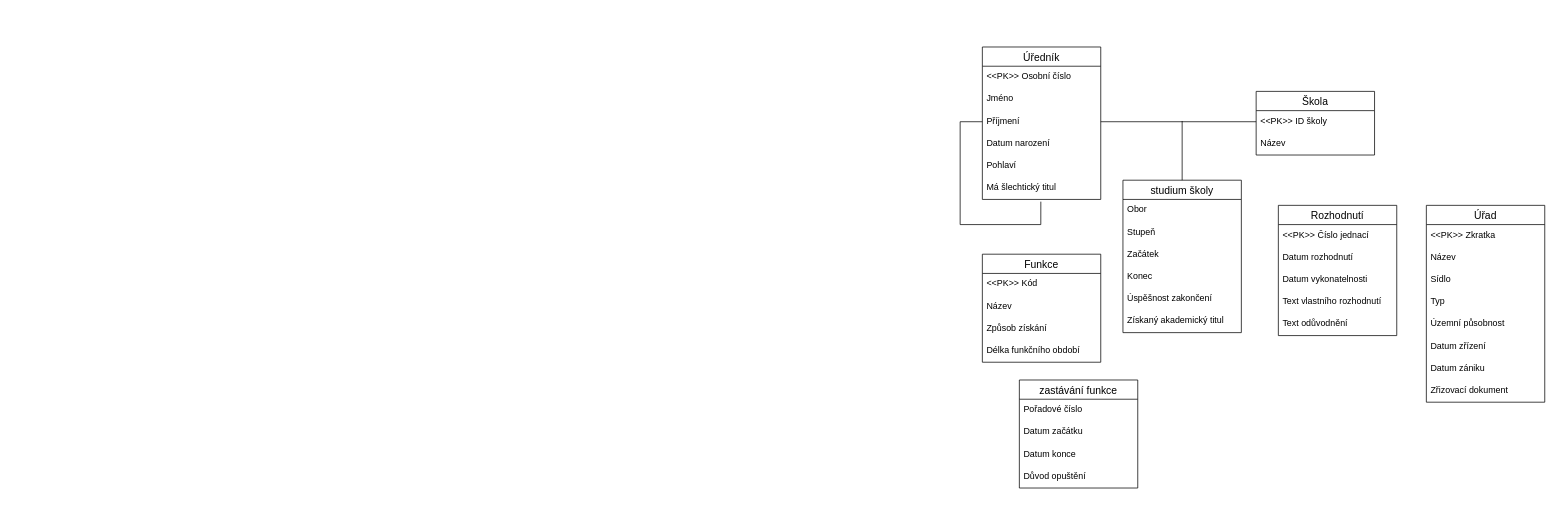
Before: ius-hw.drawio in JosefKuchar/ius-hw, a draw.io diagram. Source tidied: cells renumbered, new cells numbered last; positions are measured from the earlier drawing's top-left corner, leaving out a move shared by most shapes. Both pictures are drawn from the tidied source at 74%, with x=0, y=0 at pixel (960, 47).
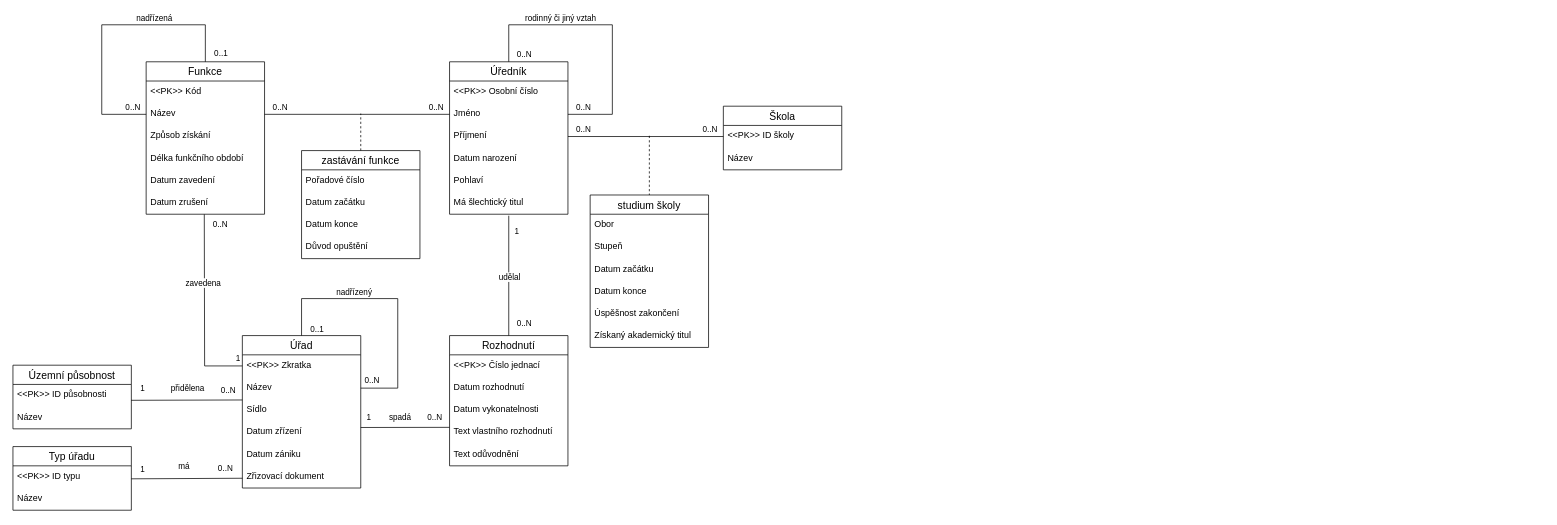
After the change.

The change refers to these unchanged cells:
```xml
<mxCell id="4" value="Jméno" style="text;strokeColor=none;fillColor=none;spacingLeft=4;spacingRight=4;overflow=hidden;points=[[0,0.5],[1,0.5]];portConstraint=eastwest;fontSize=12;" parent="2" vertex="1">
  <mxGeometry y="56" width="160" height="30" as="geometry" />
</mxCell>
<mxCell id="5" value="Příjmení" style="text;strokeColor=none;fillColor=none;spacingLeft=4;spacingRight=4;overflow=hidden;points=[[0,0.5],[1,0.5]];portConstraint=eastwest;fontSize=12;" parent="2" vertex="1">
  <mxGeometry y="86" width="160" height="30" as="geometry" />
</mxCell>
<mxCell id="8" value="Má šlechtický titul" style="text;strokeColor=none;fillColor=none;spacingLeft=4;spacingRight=4;overflow=hidden;points=[[0,0.5],[1,0.5]];portConstraint=eastwest;fontSize=12;" parent="2" vertex="1">
  <mxGeometry y="176" width="160" height="30" as="geometry" />
</mxCell>
<mxCell id="17" value="&lt;&lt;PK&gt;&gt; Zkratka" style="text;strokeColor=none;fillColor=none;spacingLeft=4;spacingRight=4;overflow=hidden;points=[[0,0.5],[1,0.5]];portConstraint=eastwest;fontSize=12;" parent="16" vertex="1">
  <mxGeometry y="26" width="160" height="30" as="geometry" />
</mxCell>
<mxCell id="18" value="Název" style="text;strokeColor=none;fillColor=none;spacingLeft=4;spacingRight=4;overflow=hidden;points=[[0,0.5],[1,0.5]];portConstraint=eastwest;fontSize=12;" parent="16" vertex="1">
  <mxGeometry y="56" width="160" height="30" as="geometry" />
</mxCell>
<mxCell id="36" style="endArrow=none;html=1;rounded=0;fontFamily=Helvetica;exitX=1;exitY=0.5;exitDx=0;exitDy=0;entryX=0;entryY=0.5;entryDx=0;entryDy=0;" parent="1" edge="1" source="5" target="26">
  <mxGeometry relative="1" as="geometry" />
</mxCell>
<mxCell id="39" value="Název" style="text;strokeColor=none;fillColor=none;spacingLeft=4;spacingRight=4;overflow=hidden;points=[[0,0.5],[1,0.5]];portConstraint=eastwest;fontSize=12;" parent="37" vertex="1">
  <mxGeometry y="56" width="160" height="30" as="geometry" />
</mxCell>
```

Diff of the diagram source:
```diff
@@
     <mxCell id="2" value="Úředník" style="swimlane;fontStyle=0;horizontal=1;startSize=26;align=center;fontSize=14;" parent="1" vertex="1">
-      <mxGeometry x="30" width="160" height="206" as="geometry" />
+      <mxGeometry x="-690" y="20" width="160" height="206" as="geometry" />
     </mxCell>
@@
-    <mxCell id="9" style="endArrow=none;html=1;rounded=0;fontFamily=Helvetica;entryX=0;entryY=0.5;entryDx=0;entryDy=0;exitX=0.494;exitY=1.1;exitDx=0;exitDy=0;exitPerimeter=0;" parent="2" edge="1" source="8" target="5">
-      <mxGeometry relative="1" as="geometry">
-        <Array as="points">
-          <mxPoint x="79" y="240" />
-          <mxPoint x="-30" y="240" />
-          <mxPoint x="-30" y="101" />
-        </Array>
-      </mxGeometry>
-    </mxCell>
+    <mxCell id="47" style="endArrow=none;html=1;rounded=0;exitX=1;exitY=0.5;exitDx=0;exitDy=0;entryX=0.5;entryY=0;entryDx=0;entryDy=0;" parent="2" edge="1" source="4" target="2">
+      <mxGeometry relative="1" as="geometry">
+        <Array as="points">
+          <mxPoint x="220" y="71" />
+          <mxPoint x="220" y="-50" />
+          <mxPoint x="80" y="-50" />
+        </Array>
+      </mxGeometry>
+    </mxCell>
+    <mxCell id="48" value="rodinný či jiný vztah" style="edgeLabel;html=1;align=center;verticalAlign=middle;" parent="47" vertex="1">
+      <mxGeometry x="0.55" y="-1" relative="1" as="geometry">
+        <mxPoint x="36" y="-9" as="offset" />
+      </mxGeometry>
+    </mxCell>
+    <mxCell id="49" value="0..N" style="edgeLabel;html=1;align=center;verticalAlign=middle;" parent="47" vertex="1">
+      <mxGeometry x="0.94" y="-1" relative="1" as="geometry">
+        <mxPoint x="21" as="offset" />
+      </mxGeometry>
+    </mxCell>
+    <mxCell id="50" value="0..N" style="edgeLabel;html=1;align=center;verticalAlign=middle;" parent="47" vertex="1">
+      <mxGeometry x="-0.95" y="1" relative="1" as="geometry">
+        <mxPoint x="11" y="-10" as="offset" />
+      </mxGeometry>
+    </mxCell>
     <mxCell id="10" value="Rozhodnutí" style="swimlane;fontStyle=0;horizontal=1;startSize=26;align=center;fontSize=14;" parent="1" vertex="1">
-      <mxGeometry x="430" y="214" width="160" height="176" as="geometry" />
+      <mxGeometry x="-690" y="390" width="160" height="176" as="geometry" />
     </mxCell>
@@
     <mxCell id="16" value="Úřad" style="swimlane;fontStyle=0;horizontal=1;startSize=26;align=center;fontSize=14;" parent="1" vertex="1">
-      <mxGeometry x="630" y="214" width="160" height="266" as="geometry" />
+      <mxGeometry x="-970" y="390" width="160" height="206" as="geometry" />
     </mxCell>
@@
-    <mxCell id="20" value="Typ" style="text;strokeColor=none;fillColor=none;spacingLeft=4;spacingRight=4;overflow=hidden;fontSize=12;" parent="16" vertex="1">
-      <mxGeometry y="116" width="160" height="30" as="geometry" />
-    </mxCell>
-    <mxCell id="21" value="Územní působnost" style="text;strokeColor=none;fillColor=none;spacingLeft=4;spacingRight=4;overflow=hidden;fontSize=12;" parent="16" vertex="1">
-      <mxGeometry y="146" width="160" height="30" as="geometry" />
-    </mxCell>
     <mxCell id="22" value="Datum zřízení" style="text;strokeColor=none;fillColor=none;spacingLeft=4;spacingRight=4;overflow=hidden;fontSize=12;" parent="16" vertex="1">
-      <mxGeometry y="176" width="160" height="30" as="geometry" />
+      <mxGeometry y="116" width="160" height="30" as="geometry" />
     </mxCell>
     <mxCell id="23" value="Datum zániku" style="text;strokeColor=none;fillColor=none;spacingLeft=4;spacingRight=4;overflow=hidden;fontSize=12;" parent="16" vertex="1">
-      <mxGeometry y="206" width="160" height="30" as="geometry" />
+      <mxGeometry y="146" width="160" height="30" as="geometry" />
     </mxCell>
     <mxCell id="24" value="Zřizovací dokument" style="text;strokeColor=none;fillColor=none;spacingLeft=4;spacingRight=4;overflow=hidden;fontSize=12;" parent="16" vertex="1">
-      <mxGeometry y="236" width="160" height="30" as="geometry" />
+      <mxGeometry y="176" width="160" height="30" as="geometry" />
     </mxCell>
+    <mxCell id="51" style="endArrow=none;html=1;rounded=0;exitX=0.5;exitY=0;exitDx=0;exitDy=0;entryX=1;entryY=0.5;entryDx=0;entryDy=0;" parent="16" edge="1" source="16" target="18">
+      <mxGeometry relative="1" as="geometry">
+        <Array as="points">
+          <mxPoint x="80" y="-50" />
+          <mxPoint x="210" y="-50" />
+          <mxPoint x="210" y="71" />
+        </Array>
+      </mxGeometry>
+    </mxCell>
+    <mxCell id="52" value="nadřízený" style="edgeLabel;html=1;align=center;verticalAlign=middle;" parent="51" vertex="1">
+      <mxGeometry x="-0.43" relative="1" as="geometry">
+        <mxPoint x="20" y="-9" as="offset" />
+      </mxGeometry>
+    </mxCell>
+    <mxCell id="53" value="0..1" style="edgeLabel;html=1;align=center;verticalAlign=middle;" parent="51" vertex="1">
+      <mxGeometry x="-0.96" relative="1" as="geometry">
+        <mxPoint x="20" y="-2" as="offset" />
+      </mxGeometry>
+    </mxCell>
+    <mxCell id="54" value="0..N" style="edgeLabel;html=1;align=center;verticalAlign=middle;" parent="51" vertex="1">
+      <mxGeometry x="0.92" y="2" relative="1" as="geometry">
+        <mxPoint y="-13" as="offset" />
+      </mxGeometry>
+    </mxCell>
     <mxCell id="25" value="Škola" style="swimlane;fontStyle=0;horizontal=1;startSize=26;align=center;fontSize=14;" parent="1" vertex="1">
-      <mxGeometry x="400" y="60" width="160" height="86" as="geometry" />
+      <mxGeometry x="-320" y="80" width="160" height="86" as="geometry" />
     </mxCell>
@@
     <mxCell id="28" value="studium školy" style="swimlane;fontStyle=0;horizontal=1;startSize=26;align=center;fontSize=14;swimlaneLine=1;" parent="1" vertex="1">
-      <mxGeometry x="220" y="180" width="160" height="206" as="geometry" />
+      <mxGeometry x="-500" y="200" width="160" height="206" as="geometry" />
     </mxCell>
@@
-    <mxCell id="31" value="Začátek" style="text;strokeColor=none;fillColor=none;spacingLeft=4;spacingRight=4;overflow=hidden;fontSize=12;" parent="28" vertex="1">
+    <mxCell id="31" value="Datum začátku" style="text;strokeColor=none;fillColor=none;spacingLeft=4;spacingRight=4;overflow=hidden;fontSize=12;" parent="28" vertex="1">
       <mxGeometry y="86" width="160" height="30" as="geometry" />
     </mxCell>
-    <mxCell id="32" value="Konec" style="text;strokeColor=none;fillColor=none;spacingLeft=4;spacingRight=4;overflow=hidden;fontSize=12;" parent="28" vertex="1">
+    <mxCell id="32" value="Datum konce" style="text;strokeColor=none;fillColor=none;spacingLeft=4;spacingRight=4;overflow=hidden;fontSize=12;" parent="28" vertex="1">
       <mxGeometry y="116" width="160" height="30" as="geometry" />
     </mxCell>
@@
-    <mxCell id="35" style="endArrow=none;html=1;rounded=0;fontFamily=Helvetica;entryX=0.5;entryY=0;entryDx=0;entryDy=0;" parent="1" edge="1" target="28">
+    <mxCell id="35" style="endArrow=none;html=1;rounded=0;fontFamily=Helvetica;entryX=0.5;entryY=0;entryDx=0;entryDy=0;dashed=1;" parent="1" edge="1" target="28">
       <mxGeometry relative="1" as="geometry">
-        <mxPoint x="300" y="100" as="sourcePoint" />
+        <mxPoint x="-420" y="120" as="sourcePoint" />
       </mxGeometry>
     </mxCell>
@@
+    <mxCell id="55" value="0..N" style="edgeLabel;html=1;align=center;verticalAlign=middle;" parent="36" vertex="1">
+      <mxGeometry x="-0.87" y="2" relative="1" as="geometry">
+        <mxPoint x="6" y="-9" as="offset" />
+      </mxGeometry>
+    </mxCell>
+    <mxCell id="56" value="0..N" style="edgeLabel;html=1;align=center;verticalAlign=middle;" parent="36" vertex="1">
+      <mxGeometry x="0.94" relative="1" as="geometry">
+        <mxPoint x="-13" y="-11" as="offset" />
+      </mxGeometry>
+    </mxCell>
     <mxCell id="37" value="Funkce" style="swimlane;fontStyle=0;horizontal=1;startSize=26;align=center;fontSize=14;" parent="1" vertex="1">
-      <mxGeometry x="30" y="280" width="160" height="146" as="geometry" />
+      <mxGeometry x="-1100" y="20" width="160" height="206" as="geometry" />
     </mxCell>
@@
+    <mxCell id="57" value="Datum zavedení" style="text;strokeColor=none;fillColor=none;spacingLeft=4;spacingRight=4;overflow=hidden;fontSize=12;" parent="37" vertex="1">
+      <mxGeometry y="146" width="160" height="30" as="geometry" />
+    </mxCell>
+    <mxCell id="58" value="Datum zrušení" style="text;strokeColor=none;fillColor=none;spacingLeft=4;spacingRight=4;overflow=hidden;points=[[0,0.5],[1,0.5]];portConstraint=eastwest;fontSize=12;" parent="37" vertex="1">
+      <mxGeometry y="176" width="160" height="30" as="geometry" />
+    </mxCell>
+    <mxCell id="59" style="endArrow=none;html=1;rounded=0;entryX=0;entryY=0.5;entryDx=0;entryDy=0;exitX=0.5;exitY=0;exitDx=0;exitDy=0;" parent="37" edge="1" source="37" target="39">
+      <mxGeometry relative="1" as="geometry">
+        <Array as="points">
+          <mxPoint x="80" y="-20" />
+          <mxPoint x="80" y="-50" />
+          <mxPoint x="-60" y="-50" />
+          <mxPoint x="-60" y="71" />
+        </Array>
+      </mxGeometry>
+    </mxCell>
+    <mxCell id="60" value="nadřízená" style="edgeLabel;html=1;align=center;verticalAlign=middle;" parent="59" vertex="1">
+      <mxGeometry x="-0.17" relative="1" as="geometry">
+        <mxPoint x="34" y="-10" as="offset" />
+      </mxGeometry>
+    </mxCell>
+    <mxCell id="61" value="0..1" style="edgeLabel;html=1;align=center;verticalAlign=middle;" parent="59" vertex="1">
+      <mxGeometry x="-0.93" relative="1" as="geometry">
+        <mxPoint x="20" as="offset" />
+      </mxGeometry>
+    </mxCell>
+    <mxCell id="62" value="0..N" style="edgeLabel;html=1;align=center;verticalAlign=middle;" parent="59" vertex="1">
+      <mxGeometry x="0.95" y="2" relative="1" as="geometry">
+        <mxPoint x="-10" y="-9" as="offset" />
+      </mxGeometry>
+    </mxCell>
     <mxCell id="42" value="zastávání funkce" style="swimlane;fontStyle=0;horizontal=1;startSize=26;align=center;fontSize=14;" parent="1" vertex="1">
-      <mxGeometry x="80" y="450" width="160" height="146" as="geometry" />
+      <mxGeometry x="-890" y="140" width="160" height="146" as="geometry" />
     </mxCell>
@@
+    <mxCell id="63" style="endArrow=none;html=1;rounded=0;exitX=0.5;exitY=0;exitDx=0;exitDy=0;entryX=0.5;entryY=1.067;entryDx=0;entryDy=0;entryPerimeter=0;" parent="1" edge="1" source="10" target="8">
+      <mxGeometry relative="1" as="geometry" />
+    </mxCell>
+    <mxCell id="64" value="udělal" style="edgeLabel;html=1;align=center;verticalAlign=middle;" parent="63" vertex="1">
+      <mxGeometry x="0.44" y="-2" relative="1" as="geometry">
+        <mxPoint x="-2" y="37" as="offset" />
+      </mxGeometry>
+    </mxCell>
+    <mxCell id="65" value="1" style="edgeLabel;html=1;align=center;verticalAlign=middle;" parent="63" vertex="1">
+      <mxGeometry x="0.84" relative="1" as="geometry">
+        <mxPoint x="10" y="7" as="offset" />
+      </mxGeometry>
+    </mxCell>
+    <mxCell id="66" value="0..N" style="edgeLabel;html=1;align=center;verticalAlign=middle;" parent="63" vertex="1">
+      <mxGeometry x="-0.84" relative="1" as="geometry">
+        <mxPoint x="20" y="-4" as="offset" />
+      </mxGeometry>
+    </mxCell>
+    <mxCell id="67" style="endArrow=none;html=1;rounded=0;exitX=0;exitY=0.5;exitDx=0;exitDy=0;entryX=0.491;entryY=1.005;entryDx=0;entryDy=0;entryPerimeter=0;" parent="1" edge="1" source="17" target="58">
+      <mxGeometry relative="1" as="geometry">
+        <Array as="points">
+          <mxPoint x="-1021" y="431" />
+        </Array>
+      </mxGeometry>
+    </mxCell>
+    <mxCell id="68" value="1" style="edgeLabel;html=1;align=center;verticalAlign=middle;" parent="67" vertex="1">
+      <mxGeometry x="-0.92" relative="1" as="geometry">
+        <mxPoint x="3" y="-11" as="offset" />
+      </mxGeometry>
+    </mxCell>
+    <mxCell id="69" value="0..N" style="edgeLabel;html=1;align=center;verticalAlign=middle;" parent="67" vertex="1">
+      <mxGeometry x="0.93" y="1" relative="1" as="geometry">
+        <mxPoint x="22" y="4" as="offset" />
+      </mxGeometry>
+    </mxCell>
+    <mxCell id="70" value="zavedena" style="edgeLabel;html=1;align=center;verticalAlign=middle;" parent="67" vertex="1">
+      <mxGeometry x="0.28" y="2" relative="1" as="geometry" />
+    </mxCell>
+    <mxCell id="71" style="endArrow=none;html=1;rounded=0;exitX=1;exitY=0.5;exitDx=0;exitDy=0;entryX=0;entryY=0.5;entryDx=0;entryDy=0;" parent="1" edge="1" source="39" target="4">
+      <mxGeometry relative="1" as="geometry" />
+    </mxCell>
+    <mxCell id="72" value="0..N" style="edgeLabel;html=1;align=center;verticalAlign=middle;" parent="71" vertex="1">
+      <mxGeometry x="-0.81" y="-1" relative="1" as="geometry">
+        <mxPoint x="-4" y="-12" as="offset" />
+      </mxGeometry>
+    </mxCell>
+    <mxCell id="73" value="0..N" style="edgeLabel;html=1;align=center;verticalAlign=middle;" parent="71" vertex="1">
+      <mxGeometry x="0.8" relative="1" as="geometry">
+        <mxPoint x="6" y="-11" as="offset" />
+      </mxGeometry>
+    </mxCell>
+    <mxCell id="74" style="endArrow=none;html=1;rounded=0;exitX=0.5;exitY=0;exitDx=0;exitDy=0;dashed=1;" parent="1" edge="1" source="42">
+      <mxGeometry relative="1" as="geometry">
+        <mxPoint x="-810" y="90" as="targetPoint" />
+      </mxGeometry>
+    </mxCell>
+    <mxCell id="75" style="endArrow=none;html=1;rounded=0;exitX=1;exitY=0.272;exitDx=0;exitDy=0;exitPerimeter=0;" parent="1" edge="1">
+      <mxGeometry relative="1" as="geometry">
+        <mxPoint x="-810" y="514.2" as="sourcePoint" />
+        <mxPoint x="-690" y="514" as="targetPoint" />
+      </mxGeometry>
+    </mxCell>
+    <mxCell id="76" value="1" style="edgeLabel;html=1;align=center;verticalAlign=middle;" parent="75" vertex="1">
+      <mxGeometry x="-0.77" y="1" relative="1" as="geometry">
+        <mxPoint x="-3" y="-13" as="offset" />
+      </mxGeometry>
+    </mxCell>
+    <mxCell id="77" value="0..N" style="edgeLabel;html=1;align=center;verticalAlign=middle;" parent="75" vertex="1">
+      <mxGeometry x="0.86" relative="1" as="geometry">
+        <mxPoint x="-12" y="-14" as="offset" />
+      </mxGeometry>
+    </mxCell>
+    <mxCell id="78" value="spadá" style="edgeLabel;html=1;align=center;verticalAlign=middle;" parent="75" vertex="1">
+      <mxGeometry x="-0.11" relative="1" as="geometry">
+        <mxPoint y="-14" as="offset" />
+      </mxGeometry>
+    </mxCell>
+    <mxCell id="21" value="Územní působnost" style="swimlane;fontStyle=0;horizontal=1;startSize=26;align=center;fontSize=14;" parent="1" vertex="1">
+      <mxGeometry x="-1280" y="430" width="160" height="86" as="geometry" />
+    </mxCell>
+    <mxCell id="79" value="&lt;&lt;PK&gt;&gt; ID působnosti" style="text;strokeColor=none;fillColor=none;spacingLeft=4;spacingRight=4;overflow=hidden;points=[[0,0.5],[1,0.5]];portConstraint=eastwest;fontSize=12;" parent="21" vertex="1">
+      <mxGeometry y="26" width="160" height="30" as="geometry" />
+    </mxCell>
+    <mxCell id="80" value="Název" style="text;strokeColor=none;fillColor=none;spacingLeft=4;spacingRight=4;overflow=hidden;fontSize=12;" parent="21" vertex="1">
+      <mxGeometry y="56" width="160" height="30" as="geometry" />
+    </mxCell>
+    <mxCell id="81" value="Typ úřadu" style="swimlane;fontStyle=0;horizontal=1;startSize=26;align=center;fontSize=14;" parent="1" vertex="1">
+      <mxGeometry x="-1280" y="540" width="160" height="86" as="geometry" />
+    </mxCell>
+    <mxCell id="82" value="&lt;&lt;PK&gt;&gt; ID typu" style="text;strokeColor=none;fillColor=none;spacingLeft=4;spacingRight=4;overflow=hidden;points=[[0,0.5],[1,0.5]];portConstraint=eastwest;fontSize=12;" parent="81" vertex="1">
+      <mxGeometry y="26" width="160" height="30" as="geometry" />
+    </mxCell>
+    <mxCell id="83" value="Název" style="text;strokeColor=none;fillColor=none;spacingLeft=4;spacingRight=4;overflow=hidden;fontSize=12;" parent="81" vertex="1">
+      <mxGeometry y="56" width="160" height="30" as="geometry" />
+    </mxCell>
+    <mxCell id="84" style="endArrow=none;html=1;rounded=0;exitX=0.999;exitY=0.715;exitDx=0;exitDy=0;exitPerimeter=0;" parent="1" edge="1" source="79">
+      <mxGeometry relative="1" as="geometry">
+        <mxPoint x="-970" y="477" as="targetPoint" />
+      </mxGeometry>
+    </mxCell>
+    <mxCell id="85" value="1" style="edgeLabel;html=1;align=center;verticalAlign=middle;" parent="84" vertex="1">
+      <mxGeometry x="-0.76" y="-2" relative="1" as="geometry">
+        <mxPoint x="-3" y="-18" as="offset" />
+      </mxGeometry>
+    </mxCell>
+    <mxCell id="86" value="přidělena" style="edgeLabel;html=1;align=center;verticalAlign=middle;" parent="84" vertex="1">
+      <mxGeometry x="-0.11" y="1" relative="1" as="geometry">
+        <mxPoint x="9" y="-16" as="offset" />
+      </mxGeometry>
+    </mxCell>
+    <mxCell id="87" style="endArrow=none;html=1;rounded=0;exitX=0.999;exitY=0.585;exitDx=0;exitDy=0;exitPerimeter=0;" parent="1" edge="1" source="82">
+      <mxGeometry relative="1" as="geometry">
+        <mxPoint x="-969.8" y="582.8" as="targetPoint" />
+      </mxGeometry>
+    </mxCell>
+    <mxCell id="88" value="1" style="edgeLabel;html=1;align=center;verticalAlign=middle;" parent="87" vertex="1">
+      <mxGeometry x="-0.77" relative="1" as="geometry">
+        <mxPoint x="-2" y="-13" as="offset" />
+      </mxGeometry>
+    </mxCell>
+    <mxCell id="89" value="0..N" style="edgeLabel;html=1;align=center;verticalAlign=middle;" parent="87" vertex="1">
+      <mxGeometry x="0.79" y="1" relative="1" as="geometry">
+        <mxPoint x="-8" y="-12" as="offset" />
+      </mxGeometry>
+    </mxCell>
+    <mxCell id="90" value="0..N" style="edgeLabel;html=1;align=center;verticalAlign=middle;" parent="1" vertex="1">
+      <mxGeometry x="-1070" y="473" as="geometry">
+        <mxPoint x="80" y="-10" as="offset" />
+      </mxGeometry>
+    </mxCell>
+    <mxCell id="91" value="má" style="edgeLabel;html=1;align=center;verticalAlign=middle;" parent="1" vertex="1">
+      <mxGeometry x="-1050" y="566" as="geometry" />
+    </mxCell>
```
